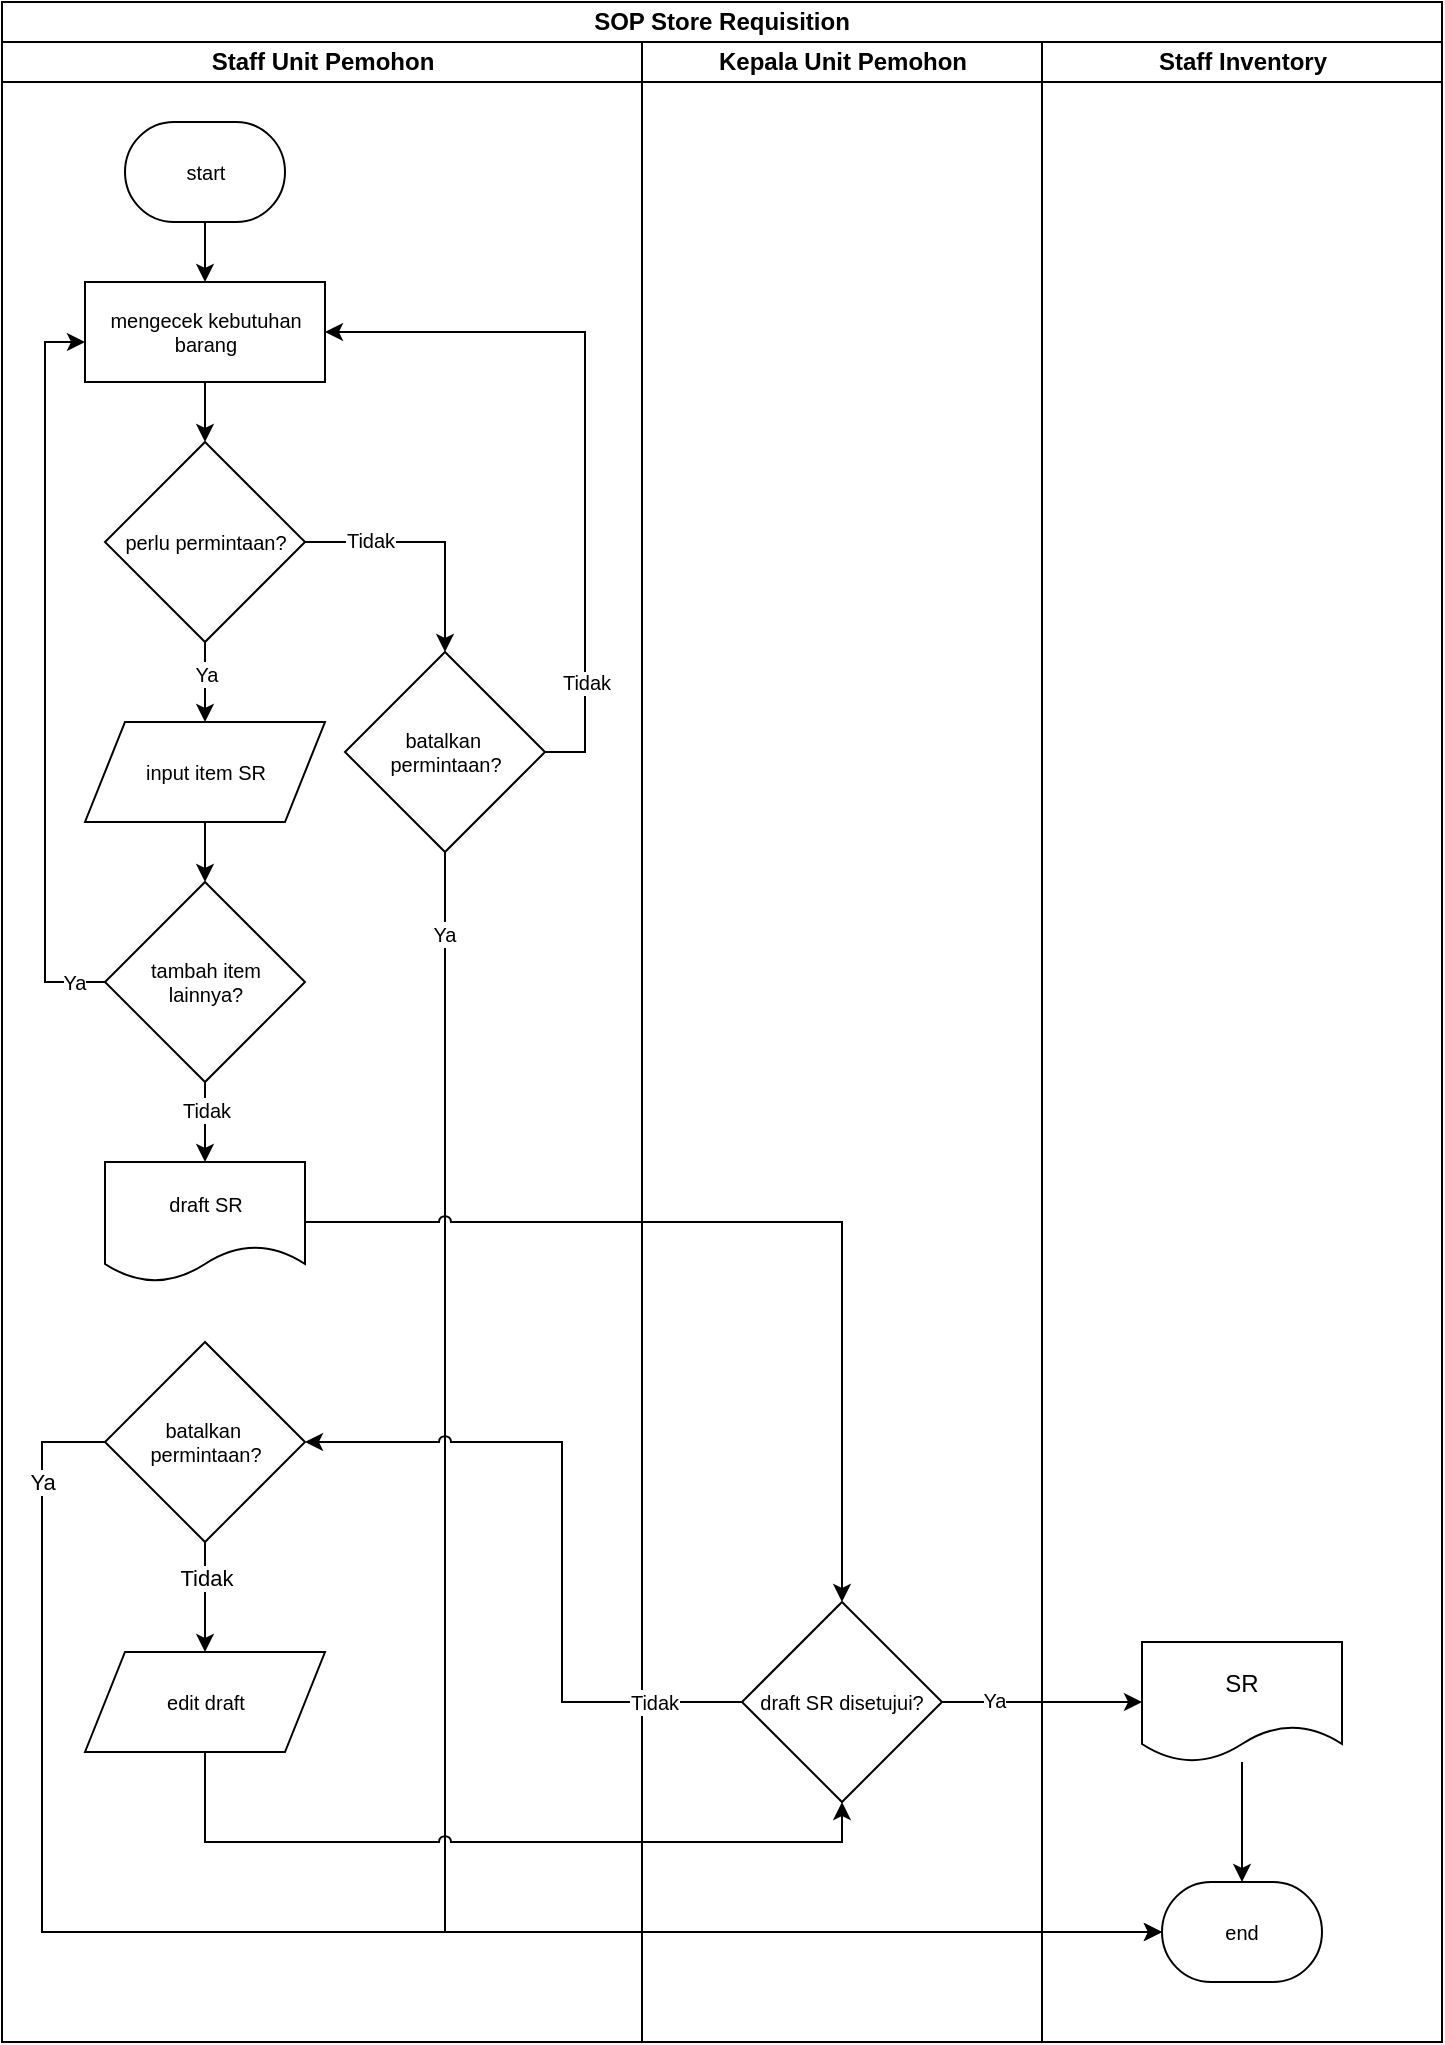
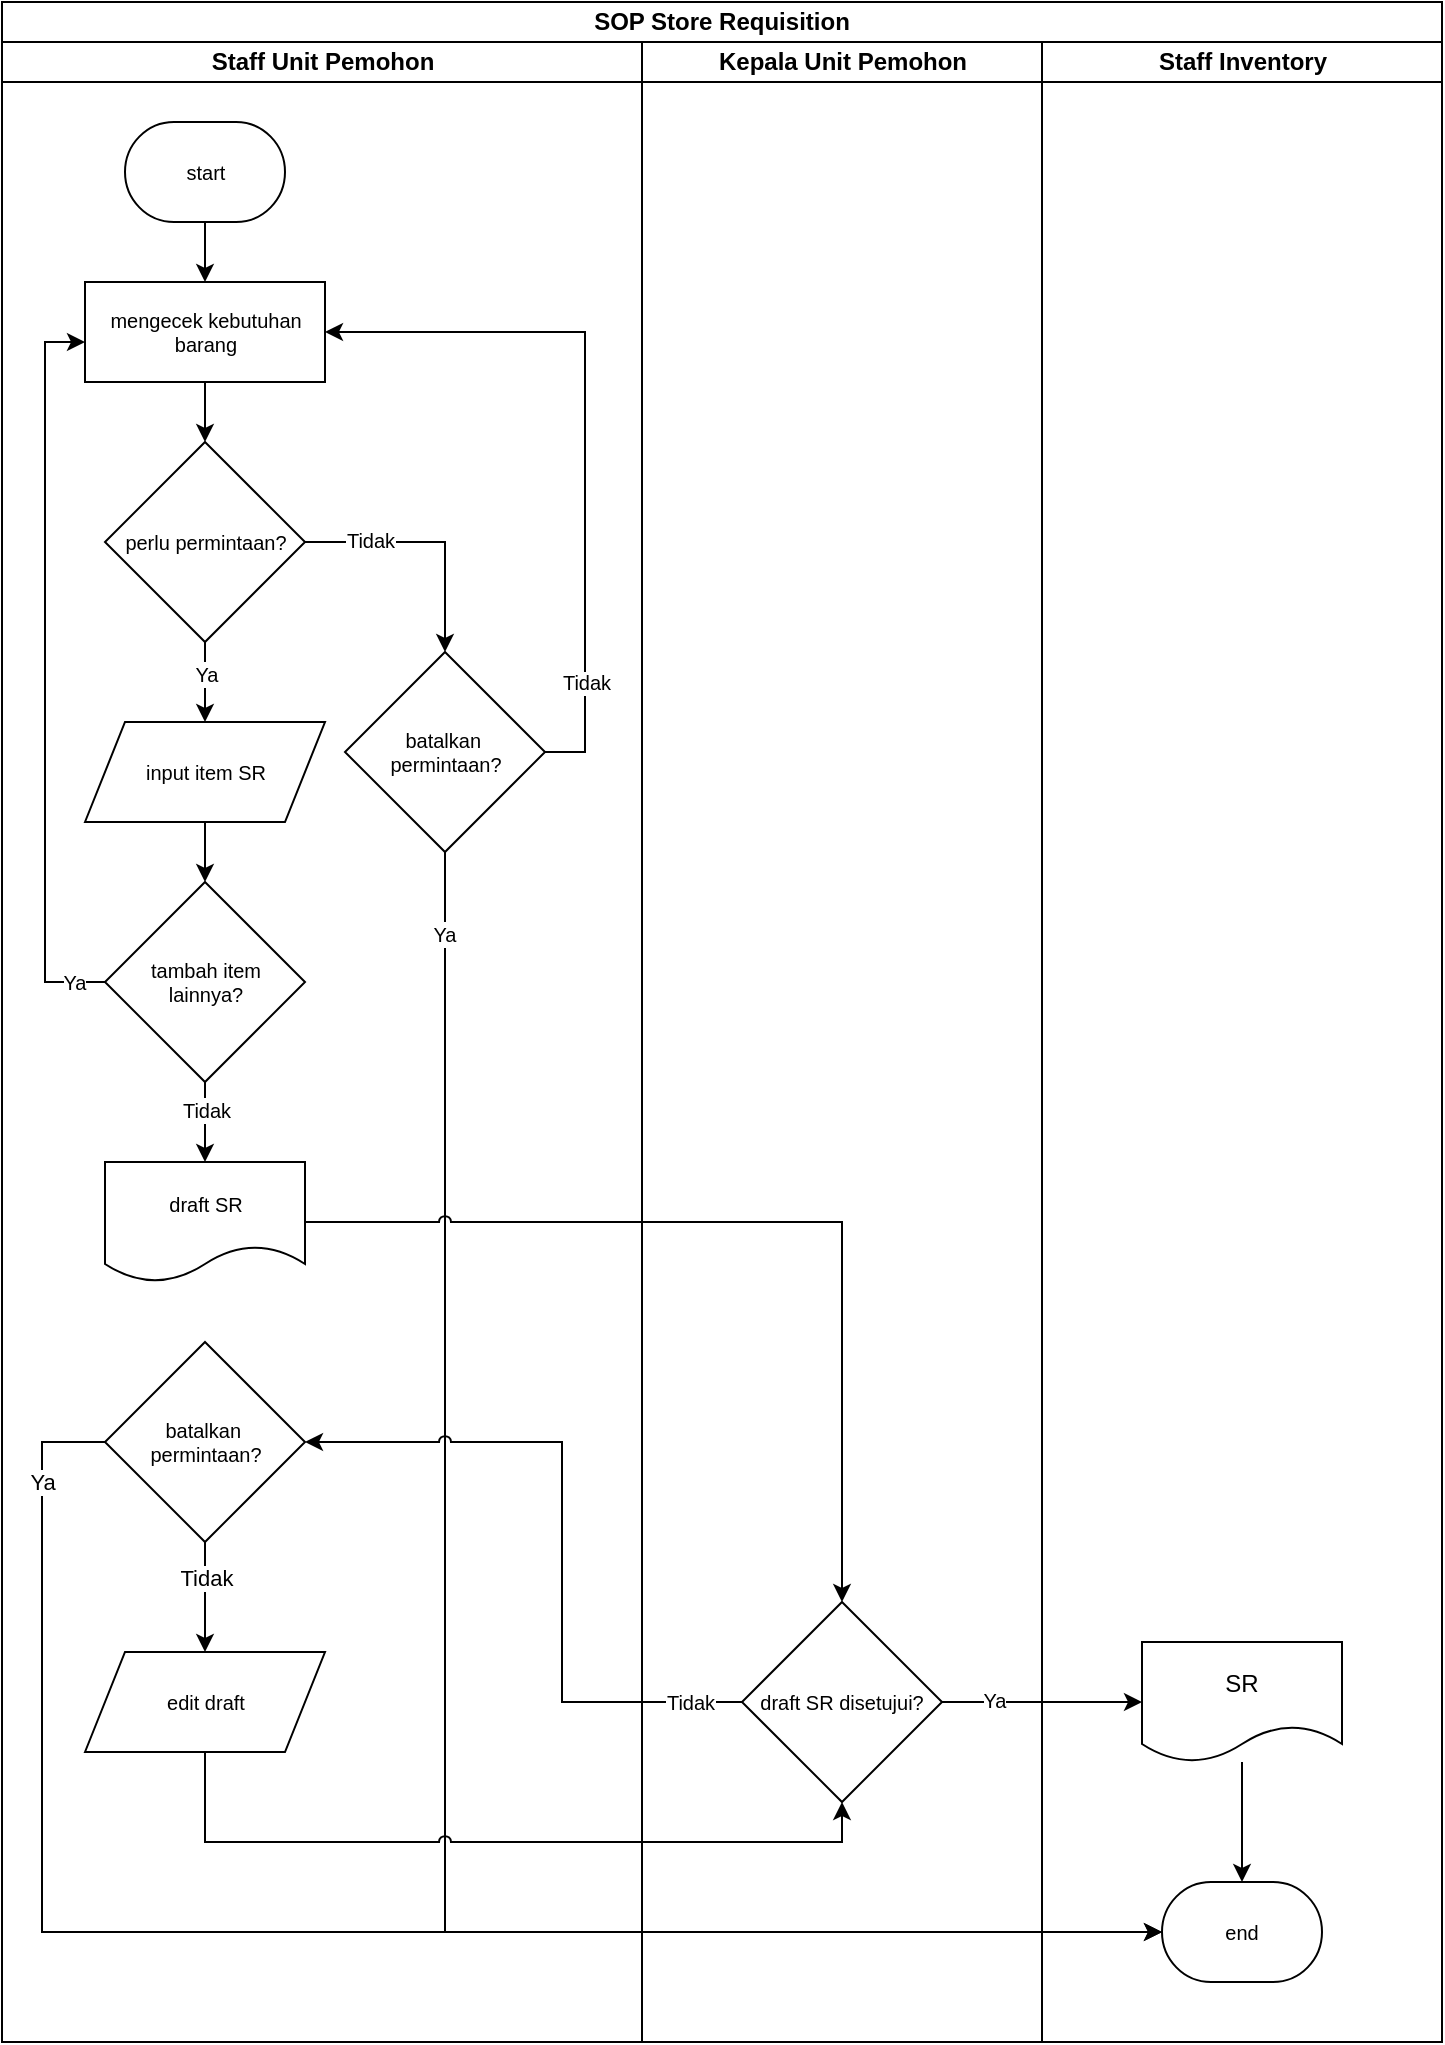
<mxfile host="app.diagrams.net" pages="2">
  <diagram name="SOP SR" id="mYAdajV0IufZudDyt58S">
-     <mxGraphModel dx="1394" dy="786" grid="1" gridSize="10" guides="1" tooltips="1" connect="1" arrows="1" fold="1" page="1" pageScale="1" pageWidth="850" pageHeight="1100" math="0" shadow="0">
+     <mxGraphModel dx="976" dy="550" grid="1" gridSize="10" guides="1" tooltips="1" connect="1" arrows="1" fold="1" page="1" pageScale="1" pageWidth="850" pageHeight="1100" math="0" shadow="0">
      <root>
        <mxCell id="ewqPmyVIHkz6pLOVAfYW-0" />
        <mxCell id="ewqPmyVIHkz6pLOVAfYW-1" parent="ewqPmyVIHkz6pLOVAfYW-0" />
        <mxCell id="ewqPmyVIHkz6pLOVAfYW-2" parent="ewqPmyVIHkz6pLOVAfYW-1" style="swimlane;html=1;childLayout=stackLayout;resizeParent=1;resizeParentMax=0;startSize=20;whiteSpace=wrap;" value="SOP Store Requisition" vertex="1">
          <mxGeometry height="1020" width="720" x="600" y="330" as="geometry">
            <mxRectangle height="30" width="210" x="140" y="110" as="alternateBounds" />
          </mxGeometry>
        </mxCell>
        <mxCell id="ewqPmyVIHkz6pLOVAfYW-3" parent="ewqPmyVIHkz6pLOVAfYW-2" style="swimlane;html=1;startSize=20;" value="Staff Unit Pemohon" vertex="1">
          <mxGeometry height="1000" width="320" y="20" as="geometry" />
        </mxCell>
        <mxCell id="ewqPmyVIHkz6pLOVAfYW-4" parent="ewqPmyVIHkz6pLOVAfYW-3" style="strokeWidth=1;html=1;shape=mxgraph.flowchart.terminator;whiteSpace=wrap;fontSize=10;align=center;horizontal=1;spacing=0;" value="start" vertex="1">
          <mxGeometry height="50" width="80" x="61.5" y="40" as="geometry" />
        </mxCell>
        <mxCell id="ewqPmyVIHkz6pLOVAfYW-5" parent="ewqPmyVIHkz6pLOVAfYW-3" style="rounded=0;whiteSpace=wrap;html=1;absoluteArcSize=1;arcSize=7;strokeWidth=1;fontSize=10;" value="mengecek kebutuhan barang" vertex="1">
          <mxGeometry height="50" width="120" x="41.5" y="120" as="geometry" />
        </mxCell>
        <mxCell id="ewqPmyVIHkz6pLOVAfYW-6" edge="1" parent="ewqPmyVIHkz6pLOVAfYW-3" source="ewqPmyVIHkz6pLOVAfYW-5" style="edgeStyle=orthogonalEdgeStyle;rounded=0;orthogonalLoop=1;jettySize=auto;html=1;" value="">
          <mxGeometry relative="1" as="geometry">
            <mxPoint x="101.5" y="200" as="targetPoint" />
          </mxGeometry>
        </mxCell>
        <mxCell id="ewqPmyVIHkz6pLOVAfYW-7" edge="1" parent="ewqPmyVIHkz6pLOVAfYW-3" source="ewqPmyVIHkz6pLOVAfYW-4" style="edgeStyle=orthogonalEdgeStyle;rounded=0;orthogonalLoop=1;jettySize=auto;html=1;" target="ewqPmyVIHkz6pLOVAfYW-5" value="">
          <mxGeometry relative="1" as="geometry" />
        </mxCell>
        <mxCell id="ewqPmyVIHkz6pLOVAfYW-8" edge="1" parent="ewqPmyVIHkz6pLOVAfYW-3" source="ewqPmyVIHkz6pLOVAfYW-9" style="edgeStyle=orthogonalEdgeStyle;rounded=0;orthogonalLoop=1;jettySize=auto;html=1;entryX=0.5;entryY=0;entryDx=0;entryDy=0;" target="ewqPmyVIHkz6pLOVAfYW-14" value="">
          <mxGeometry relative="1" as="geometry">
            <mxPoint x="101.52564102564111" y="330" as="targetPoint" />
          </mxGeometry>
        </mxCell>
        <mxCell id="OhGSODvtPTQOCyl8h_7D-8" connectable="0" parent="ewqPmyVIHkz6pLOVAfYW-8" style="edgeLabel;html=1;align=center;verticalAlign=middle;resizable=0;points=[];" value="&lt;font style=&quot;font-size: 10px;&quot;&gt;Ya&lt;/font&gt;" vertex="1">
          <mxGeometry relative="1" x="-0.6444" y="-1" as="geometry">
            <mxPoint x="1" y="9" as="offset" />
          </mxGeometry>
        </mxCell>
        <mxCell id="ewqPmyVIHkz6pLOVAfYW-9" parent="ewqPmyVIHkz6pLOVAfYW-3" style="rhombus;whiteSpace=wrap;html=1;fontSize=10;" value="perlu permintaan?" vertex="1">
          <mxGeometry height="100" width="100" x="51.5" y="200" as="geometry" />
        </mxCell>
        <mxCell id="ewqPmyVIHkz6pLOVAfYW-10" edge="1" parent="ewqPmyVIHkz6pLOVAfYW-3" source="ewqPmyVIHkz6pLOVAfYW-14" style="edgeStyle=orthogonalEdgeStyle;rounded=0;orthogonalLoop=1;jettySize=auto;html=1;" target="ewqPmyVIHkz6pLOVAfYW-13" value="">
          <mxGeometry relative="1" as="geometry">
            <Array as="points" />
            <mxPoint x="101.5" y="380" as="sourcePoint" />
          </mxGeometry>
        </mxCell>
        <mxCell id="ewqPmyVIHkz6pLOVAfYW-11" edge="1" parent="ewqPmyVIHkz6pLOVAfYW-3" source="ewqPmyVIHkz6pLOVAfYW-13" style="edgeStyle=orthogonalEdgeStyle;rounded=0;orthogonalLoop=1;jettySize=auto;html=1;" target="ewqPmyVIHkz6pLOVAfYW-5">
          <mxGeometry relative="1" as="geometry">
            <Array as="points">
              <mxPoint x="21.5" y="470" />
              <mxPoint x="21.5" y="150" />
            </Array>
            <mxPoint x="101.5" y="110" as="targetPoint" />
          </mxGeometry>
        </mxCell>
        <mxCell id="OhGSODvtPTQOCyl8h_7D-11" connectable="0" parent="ewqPmyVIHkz6pLOVAfYW-11" style="edgeLabel;html=1;align=center;verticalAlign=middle;resizable=0;points=[];" value="&lt;font style=&quot;font-size: 10px;&quot;&gt;Ya&lt;/font&gt;" vertex="1">
          <mxGeometry relative="1" x="-0.913" as="geometry">
            <mxPoint as="offset" />
          </mxGeometry>
        </mxCell>
        <mxCell id="ewqPmyVIHkz6pLOVAfYW-12" edge="1" parent="ewqPmyVIHkz6pLOVAfYW-3" source="ewqPmyVIHkz6pLOVAfYW-13" style="edgeStyle=orthogonalEdgeStyle;rounded=0;orthogonalLoop=1;jettySize=auto;html=1;entryX=0.5;entryY=0;entryDx=0;entryDy=0;" target="ewqPmyVIHkz6pLOVAfYW-15" value="">
          <mxGeometry relative="1" as="geometry">
            <mxPoint x="101.5" y="550" as="targetPoint" />
          </mxGeometry>
        </mxCell>
        <mxCell id="OhGSODvtPTQOCyl8h_7D-13" connectable="0" parent="ewqPmyVIHkz6pLOVAfYW-12" style="edgeLabel;html=1;align=center;verticalAlign=middle;resizable=0;points=[];" value="&lt;font style=&quot;font-size: 10px;&quot;&gt;Tidak&lt;/font&gt;" vertex="1">
          <mxGeometry relative="1" x="-0.49" y="-1" as="geometry">
            <mxPoint x="1" y="4" as="offset" />
          </mxGeometry>
        </mxCell>
        <mxCell id="ewqPmyVIHkz6pLOVAfYW-13" parent="ewqPmyVIHkz6pLOVAfYW-3" style="rhombus;whiteSpace=wrap;html=1;fontSize=10;" value="tambah item&lt;div&gt;lainnya?&lt;/div&gt;" vertex="1">
          <mxGeometry height="100" width="100" x="51.5" y="420" as="geometry" />
        </mxCell>
        <mxCell id="ewqPmyVIHkz6pLOVAfYW-14" parent="ewqPmyVIHkz6pLOVAfYW-3" style="shape=parallelogram;perimeter=parallelogramPerimeter;whiteSpace=wrap;html=1;fixedSize=1;" value="&lt;div style=&quot;&quot;&gt;&lt;span style=&quot;font-size: 10px;&quot;&gt;input item SR&lt;/span&gt;&lt;/div&gt;" vertex="1">
          <mxGeometry height="50" width="120" x="41.5" y="340" as="geometry" />
        </mxCell>
        <mxCell id="ewqPmyVIHkz6pLOVAfYW-15" parent="ewqPmyVIHkz6pLOVAfYW-3" style="shape=document;whiteSpace=wrap;html=1;boundedLbl=1;" value="&lt;font style=&quot;font-size: 10px;&quot;&gt;draft SR&lt;/font&gt;" vertex="1">
          <mxGeometry height="60" width="100" x="51.5" y="560" as="geometry" />
        </mxCell>
        <mxCell id="ewqPmyVIHkz6pLOVAfYW-18" edge="1" parent="ewqPmyVIHkz6pLOVAfYW-3" source="ewqPmyVIHkz6pLOVAfYW-9" style="edgeStyle=orthogonalEdgeStyle;rounded=0;orthogonalLoop=1;jettySize=auto;html=1;" target="ewqPmyVIHkz6pLOVAfYW-20">
          <mxGeometry relative="1" as="geometry">
            <Array as="points">
              <mxPoint x="221.5" y="250" />
            </Array>
          </mxGeometry>
        </mxCell>
        <mxCell id="OhGSODvtPTQOCyl8h_7D-7" connectable="0" parent="ewqPmyVIHkz6pLOVAfYW-18" style="edgeLabel;html=1;align=center;verticalAlign=middle;resizable=0;points=[];" value="&lt;span style=&quot;font-size: 10px; white-space: normal;&quot;&gt;Tidak&lt;/span&gt;" vertex="1">
          <mxGeometry relative="1" x="-0.4896" y="1" as="geometry">
            <mxPoint as="offset" />
          </mxGeometry>
        </mxCell>
        <mxCell id="ewqPmyVIHkz6pLOVAfYW-19" edge="1" parent="ewqPmyVIHkz6pLOVAfYW-3" source="ewqPmyVIHkz6pLOVAfYW-20" style="edgeStyle=orthogonalEdgeStyle;rounded=0;orthogonalLoop=1;jettySize=auto;html=1;" target="ewqPmyVIHkz6pLOVAfYW-5">
          <mxGeometry relative="1" as="geometry">
            <Array as="points">
              <mxPoint x="291.5" y="355" />
              <mxPoint x="291.5" y="145" />
            </Array>
          </mxGeometry>
        </mxCell>
        <mxCell id="OhGSODvtPTQOCyl8h_7D-6" connectable="0" parent="ewqPmyVIHkz6pLOVAfYW-19" style="edgeLabel;html=1;align=center;verticalAlign=middle;resizable=0;points=[];fontSize=10;" value="Tidak" vertex="1">
          <mxGeometry relative="1" x="-0.5585" as="geometry">
            <mxPoint y="24" as="offset" />
          </mxGeometry>
        </mxCell>
        <mxCell id="ewqPmyVIHkz6pLOVAfYW-20" parent="ewqPmyVIHkz6pLOVAfYW-3" style="rhombus;whiteSpace=wrap;html=1;fontSize=10;" value="batalkan&amp;nbsp;&lt;div&gt;permintaan?&lt;/div&gt;" vertex="1">
          <mxGeometry height="100" width="100" x="171.5" y="305" as="geometry" />
        </mxCell>
        <mxCell id="OhGSODvtPTQOCyl8h_7D-17" edge="1" parent="ewqPmyVIHkz6pLOVAfYW-3" source="OhGSODvtPTQOCyl8h_7D-0" style="edgeStyle=orthogonalEdgeStyle;rounded=0;orthogonalLoop=1;jettySize=auto;html=1;entryX=0.5;entryY=0;entryDx=0;entryDy=0;" target="ewqPmyVIHkz6pLOVAfYW-17">
          <mxGeometry relative="1" as="geometry" />
        </mxCell>
        <mxCell id="OhGSODvtPTQOCyl8h_7D-18" connectable="0" parent="OhGSODvtPTQOCyl8h_7D-17" style="edgeLabel;html=1;align=center;verticalAlign=middle;resizable=0;points=[];" value="Tidak" vertex="1">
          <mxGeometry relative="1" x="-0.3527" as="geometry">
            <mxPoint as="offset" />
          </mxGeometry>
        </mxCell>
        <mxCell id="OhGSODvtPTQOCyl8h_7D-0" parent="ewqPmyVIHkz6pLOVAfYW-3" style="rhombus;whiteSpace=wrap;html=1;fontSize=10;" value="batalkan&amp;nbsp;&lt;div&gt;permintaan?&lt;/div&gt;" vertex="1">
          <mxGeometry height="100" width="100" x="51.5" y="650" as="geometry" />
        </mxCell>
        <mxCell id="ewqPmyVIHkz6pLOVAfYW-17" parent="ewqPmyVIHkz6pLOVAfYW-3" style="shape=parallelogram;perimeter=parallelogramPerimeter;whiteSpace=wrap;html=1;fixedSize=1;" value="&lt;span style=&quot;font-size: 10px;&quot;&gt;edit draft&lt;/span&gt;" vertex="1">
          <mxGeometry height="50" width="120" x="41.5" y="805" as="geometry" />
        </mxCell>
        <mxCell id="ewqPmyVIHkz6pLOVAfYW-27" parent="ewqPmyVIHkz6pLOVAfYW-2" style="swimlane;html=1;startSize=20;" value="Kepala Unit Pemohon" vertex="1">
          <mxGeometry height="1000" width="200" x="320" y="20" as="geometry" />
        </mxCell>
        <mxCell id="ewqPmyVIHkz6pLOVAfYW-31" parent="ewqPmyVIHkz6pLOVAfYW-2" style="swimlane;html=1;startSize=20;" value="Staff Inventory" vertex="1">
          <mxGeometry height="1000" width="200" x="520" y="20" as="geometry">
            <mxRectangle height="810" width="40" x="490" y="20" as="alternateBounds" />
          </mxGeometry>
        </mxCell>
        <mxCell id="ewqPmyVIHkz6pLOVAfYW-28" parent="ewqPmyVIHkz6pLOVAfYW-31" style="rhombus;whiteSpace=wrap;html=1;fontSize=10;" value="draft SR disetujui?" vertex="1">
          <mxGeometry height="100" width="100" x="-150" y="780" as="geometry" />
        </mxCell>
        <mxCell id="ewqPmyVIHkz6pLOVAfYW-32" edge="1" parent="ewqPmyVIHkz6pLOVAfYW-31" source="ewqPmyVIHkz6pLOVAfYW-33" style="edgeStyle=orthogonalEdgeStyle;rounded=0;orthogonalLoop=1;jettySize=auto;html=1;" target="ewqPmyVIHkz6pLOVAfYW-34" value="">
          <mxGeometry relative="1" as="geometry" />
        </mxCell>
        <mxCell id="ewqPmyVIHkz6pLOVAfYW-33" parent="ewqPmyVIHkz6pLOVAfYW-31" style="shape=document;whiteSpace=wrap;html=1;boundedLbl=1;" value="SR" vertex="1">
          <mxGeometry height="60" width="100" x="50" y="800" as="geometry" />
        </mxCell>
        <mxCell id="ewqPmyVIHkz6pLOVAfYW-34" parent="ewqPmyVIHkz6pLOVAfYW-31" style="strokeWidth=1;html=1;shape=mxgraph.flowchart.terminator;whiteSpace=wrap;fontSize=10;align=center;horizontal=1;spacing=0;" value="end" vertex="1">
          <mxGeometry height="50" width="80" x="60" y="920" as="geometry" />
        </mxCell>
        <mxCell id="ewqPmyVIHkz6pLOVAfYW-36" edge="1" parent="ewqPmyVIHkz6pLOVAfYW-31" source="ewqPmyVIHkz6pLOVAfYW-28" style="edgeStyle=orthogonalEdgeStyle;rounded=0;orthogonalLoop=1;jettySize=auto;html=1;" target="ewqPmyVIHkz6pLOVAfYW-33" value="">
          <mxGeometry relative="1" as="geometry" />
        </mxCell>
        <mxCell id="OhGSODvtPTQOCyl8h_7D-15" connectable="0" parent="ewqPmyVIHkz6pLOVAfYW-36" style="edgeLabel;html=1;align=center;verticalAlign=middle;resizable=0;points=[];" value="&lt;font style=&quot;font-size: 10px;&quot;&gt;Ya&lt;/font&gt;" vertex="1">
          <mxGeometry relative="1" x="-0.479" y="1" as="geometry">
            <mxPoint as="offset" />
          </mxGeometry>
        </mxCell>
        <mxCell id="ewqPmyVIHkz6pLOVAfYW-38" edge="1" parent="ewqPmyVIHkz6pLOVAfYW-2" source="ewqPmyVIHkz6pLOVAfYW-20" style="edgeStyle=orthogonalEdgeStyle;rounded=0;orthogonalLoop=1;jettySize=auto;html=1;jumpStyle=arc;" target="ewqPmyVIHkz6pLOVAfYW-34">
          <mxGeometry relative="1" as="geometry">
            <Array as="points">
              <mxPoint x="222" y="965" />
            </Array>
          </mxGeometry>
        </mxCell>
        <mxCell id="OhGSODvtPTQOCyl8h_7D-10" connectable="0" parent="ewqPmyVIHkz6pLOVAfYW-38" style="edgeLabel;html=1;align=center;verticalAlign=middle;resizable=0;points=[];" value="&lt;font style=&quot;font-size: 10px;&quot;&gt;Ya&lt;/font&gt;" vertex="1">
          <mxGeometry relative="1" x="-0.9101" y="-1" as="geometry">
            <mxPoint as="offset" />
          </mxGeometry>
        </mxCell>
        <mxCell id="OhGSODvtPTQOCyl8h_7D-1" edge="1" parent="ewqPmyVIHkz6pLOVAfYW-2" source="OhGSODvtPTQOCyl8h_7D-0" style="edgeStyle=orthogonalEdgeStyle;rounded=0;orthogonalLoop=1;jettySize=auto;html=1;entryX=0;entryY=0.5;entryDx=0;entryDy=0;entryPerimeter=0;jumpStyle=arc;" target="ewqPmyVIHkz6pLOVAfYW-34">
          <mxGeometry relative="1" as="geometry">
            <Array as="points">
              <mxPoint x="20" y="720" />
              <mxPoint x="20" y="965" />
            </Array>
          </mxGeometry>
        </mxCell>
        <mxCell id="OhGSODvtPTQOCyl8h_7D-2" connectable="0" parent="OhGSODvtPTQOCyl8h_7D-1" style="edgeLabel;html=1;align=center;verticalAlign=middle;resizable=0;points=[];" value="Ya" vertex="1">
          <mxGeometry relative="1" x="-0.9591" y="-1" as="geometry">
            <mxPoint x="-15" y="21" as="offset" />
          </mxGeometry>
        </mxCell>
        <mxCell id="ewqPmyVIHkz6pLOVAfYW-37" edge="1" parent="ewqPmyVIHkz6pLOVAfYW-2" source="ewqPmyVIHkz6pLOVAfYW-28" style="edgeStyle=orthogonalEdgeStyle;rounded=0;orthogonalLoop=1;jettySize=auto;html=1;jumpStyle=arc;entryX=1;entryY=0.5;entryDx=0;entryDy=0;" target="OhGSODvtPTQOCyl8h_7D-0">
          <mxGeometry relative="1" as="geometry">
            <Array as="points">
              <mxPoint x="280" y="850" />
              <mxPoint x="280" y="720" />
            </Array>
            <mxPoint x="260" y="770" as="targetPoint" />
          </mxGeometry>
        </mxCell>
        <mxCell id="OhGSODvtPTQOCyl8h_7D-14" connectable="0" parent="ewqPmyVIHkz6pLOVAfYW-37" style="edgeLabel;html=1;align=center;verticalAlign=middle;resizable=0;points=[];" value="&lt;font style=&quot;font-size: 10px;&quot;&gt;Tidak&lt;/font&gt;" vertex="1">
          <mxGeometry relative="1" x="-0.7459" as="geometry">
-             <mxPoint as="offset" />
+             <mxPoint x="18" as="offset" />
          </mxGeometry>
        </mxCell>
        <mxCell id="OhGSODvtPTQOCyl8h_7D-16" edge="1" parent="ewqPmyVIHkz6pLOVAfYW-2" source="ewqPmyVIHkz6pLOVAfYW-15" style="edgeStyle=orthogonalEdgeStyle;rounded=0;orthogonalLoop=1;jettySize=auto;html=1;entryX=0.5;entryY=0;entryDx=0;entryDy=0;jumpStyle=arc;" target="ewqPmyVIHkz6pLOVAfYW-28">
          <mxGeometry relative="1" as="geometry" />
        </mxCell>
        <mxCell id="OhGSODvtPTQOCyl8h_7D-19" edge="1" parent="ewqPmyVIHkz6pLOVAfYW-2" source="ewqPmyVIHkz6pLOVAfYW-17" style="edgeStyle=orthogonalEdgeStyle;rounded=0;orthogonalLoop=1;jettySize=auto;html=1;entryX=0.5;entryY=1;entryDx=0;entryDy=0;jumpStyle=arc;" target="ewqPmyVIHkz6pLOVAfYW-28">
          <mxGeometry relative="1" as="geometry">
            <Array as="points">
              <mxPoint x="102" y="920" />
              <mxPoint x="420" y="920" />
            </Array>
          </mxGeometry>
        </mxCell>
      </root>
    </mxGraphModel>
  </diagram>
  <diagram name="SOP PR" id="-7YdF_Z_4hD_neaPn9do">
    <mxGraphModel dx="849" dy="478" grid="1" gridSize="10" guides="1" tooltips="1" connect="1" arrows="1" fold="1" page="1" pageScale="1" pageWidth="850" pageHeight="1100" math="0" shadow="0">
      <root>
        <mxCell id="0" />
        <mxCell id="1" parent="0" />
        <mxCell id="FgAdxiRBUQnmOL_wIOqZ-3" parent="1" style="swimlane;html=1;childLayout=stackLayout;resizeParent=1;resizeParentMax=0;startSize=20;whiteSpace=wrap;" value="SOP Purchase Requisition" vertex="1">
          <mxGeometry height="830" width="690" x="610" y="360" as="geometry">
            <mxRectangle height="30" width="210" x="140" y="110" as="alternateBounds" />
          </mxGeometry>
        </mxCell>
        <mxCell id="FgAdxiRBUQnmOL_wIOqZ-4" parent="FgAdxiRBUQnmOL_wIOqZ-3" style="swimlane;html=1;startSize=20;" value="Staff Inventory" vertex="1">
          <mxGeometry height="810" width="290" y="20" as="geometry" />
        </mxCell>
        <mxCell id="FgAdxiRBUQnmOL_wIOqZ-5" parent="FgAdxiRBUQnmOL_wIOqZ-4" style="strokeWidth=1;html=1;shape=mxgraph.flowchart.terminator;whiteSpace=wrap;fontSize=10;align=center;horizontal=1;spacing=0;" value="start" vertex="1">
          <mxGeometry height="50" width="80" x="50" y="40" as="geometry" />
        </mxCell>
        <mxCell id="FgAdxiRBUQnmOL_wIOqZ-6" parent="FgAdxiRBUQnmOL_wIOqZ-4" style="rounded=0;whiteSpace=wrap;html=1;absoluteArcSize=1;arcSize=7;strokeWidth=1;fontSize=10;" value="mengecek stok&lt;div&gt;barang&lt;/div&gt;" vertex="1">
          <mxGeometry height="50" width="120" x="30" y="120" as="geometry" />
        </mxCell>
        <mxCell id="FgAdxiRBUQnmOL_wIOqZ-7" edge="1" parent="FgAdxiRBUQnmOL_wIOqZ-4" source="FgAdxiRBUQnmOL_wIOqZ-6" style="edgeStyle=orthogonalEdgeStyle;rounded=0;orthogonalLoop=1;jettySize=auto;html=1;" value="">
          <mxGeometry relative="1" as="geometry">
            <mxPoint x="90" y="200" as="targetPoint" />
          </mxGeometry>
        </mxCell>
        <mxCell id="FgAdxiRBUQnmOL_wIOqZ-8" edge="1" parent="FgAdxiRBUQnmOL_wIOqZ-4" source="FgAdxiRBUQnmOL_wIOqZ-5" style="edgeStyle=orthogonalEdgeStyle;rounded=0;orthogonalLoop=1;jettySize=auto;html=1;" target="FgAdxiRBUQnmOL_wIOqZ-6" value="">
          <mxGeometry relative="1" as="geometry" />
        </mxCell>
        <mxCell id="FgAdxiRBUQnmOL_wIOqZ-9" edge="1" parent="FgAdxiRBUQnmOL_wIOqZ-4" source="FgAdxiRBUQnmOL_wIOqZ-10" style="edgeStyle=orthogonalEdgeStyle;rounded=0;orthogonalLoop=1;jettySize=auto;html=1;" value="">
          <mxGeometry relative="1" as="geometry">
            <mxPoint x="90.02564102564111" y="330" as="targetPoint" />
          </mxGeometry>
        </mxCell>
        <mxCell id="FgAdxiRBUQnmOL_wIOqZ-10" parent="FgAdxiRBUQnmOL_wIOqZ-4" style="rhombus;whiteSpace=wrap;html=1;fontSize=10;" value="perlu&lt;div&gt;pengadaan?&lt;/div&gt;" vertex="1">
          <mxGeometry height="100" width="100" x="40" y="200" as="geometry" />
        </mxCell>
        <mxCell id="FgAdxiRBUQnmOL_wIOqZ-11" edge="1" parent="FgAdxiRBUQnmOL_wIOqZ-4" source="FgAdxiRBUQnmOL_wIOqZ-15" style="edgeStyle=orthogonalEdgeStyle;rounded=0;orthogonalLoop=1;jettySize=auto;html=1;" target="FgAdxiRBUQnmOL_wIOqZ-14" value="">
          <mxGeometry relative="1" as="geometry">
            <Array as="points" />
            <mxPoint x="90" y="380" as="sourcePoint" />
          </mxGeometry>
        </mxCell>
        <mxCell id="FgAdxiRBUQnmOL_wIOqZ-12" edge="1" parent="FgAdxiRBUQnmOL_wIOqZ-4" source="FgAdxiRBUQnmOL_wIOqZ-14" style="edgeStyle=orthogonalEdgeStyle;rounded=0;orthogonalLoop=1;jettySize=auto;html=1;" target="FgAdxiRBUQnmOL_wIOqZ-6">
          <mxGeometry relative="1" as="geometry">
            <Array as="points">
              <mxPoint x="10" y="470" />
              <mxPoint x="10" y="150" />
            </Array>
            <mxPoint x="90" y="110" as="targetPoint" />
          </mxGeometry>
        </mxCell>
        <mxCell id="FgAdxiRBUQnmOL_wIOqZ-13" edge="1" parent="FgAdxiRBUQnmOL_wIOqZ-4" source="FgAdxiRBUQnmOL_wIOqZ-14" style="edgeStyle=orthogonalEdgeStyle;rounded=0;orthogonalLoop=1;jettySize=auto;html=1;" value="">
          <mxGeometry relative="1" as="geometry">
            <mxPoint x="90" y="550" as="targetPoint" />
          </mxGeometry>
        </mxCell>
        <mxCell id="FgAdxiRBUQnmOL_wIOqZ-14" parent="FgAdxiRBUQnmOL_wIOqZ-4" style="rhombus;whiteSpace=wrap;html=1;fontSize=10;" value="tambah item&lt;div&gt;lainnya?&lt;/div&gt;" vertex="1">
          <mxGeometry height="100" width="100" x="40" y="420" as="geometry" />
        </mxCell>
        <mxCell id="FgAdxiRBUQnmOL_wIOqZ-15" parent="FgAdxiRBUQnmOL_wIOqZ-4" style="shape=parallelogram;perimeter=parallelogramPerimeter;whiteSpace=wrap;html=1;fixedSize=1;" value="&lt;div style=&quot;font-size: 10px;&quot;&gt;&lt;font style=&quot;font-size: 10px;&quot;&gt;input&lt;/font&gt;&lt;/div&gt;&lt;div style=&quot;font-size: 10px;&quot;&gt;&lt;font style=&quot;font-size: 10px;&quot;&gt;item PR&lt;/font&gt;&lt;/div&gt;" vertex="1">
          <mxGeometry height="50" width="120" x="30" y="330" as="geometry" />
        </mxCell>
        <mxCell id="FgAdxiRBUQnmOL_wIOqZ-16" parent="FgAdxiRBUQnmOL_wIOqZ-4" style="shape=document;whiteSpace=wrap;html=1;boundedLbl=1;" value="&lt;font style=&quot;font-size: 10px;&quot;&gt;draft PR&lt;/font&gt;" vertex="1">
          <mxGeometry height="60" width="100" x="40" y="550" as="geometry" />
        </mxCell>
        <mxCell id="FgAdxiRBUQnmOL_wIOqZ-17" edge="1" parent="FgAdxiRBUQnmOL_wIOqZ-4" source="FgAdxiRBUQnmOL_wIOqZ-18" style="edgeStyle=orthogonalEdgeStyle;rounded=0;orthogonalLoop=1;jettySize=auto;html=1;" target="FgAdxiRBUQnmOL_wIOqZ-16" value="">
          <mxGeometry relative="1" as="geometry" />
        </mxCell>
        <mxCell id="FgAdxiRBUQnmOL_wIOqZ-18" parent="FgAdxiRBUQnmOL_wIOqZ-4" style="shape=parallelogram;perimeter=parallelogramPerimeter;whiteSpace=wrap;html=1;fixedSize=1;" value="&lt;span style=&quot;font-size: 10px;&quot;&gt;edit draft&lt;/span&gt;" vertex="1">
          <mxGeometry height="50" width="120" x="30" y="645" as="geometry" />
        </mxCell>
        <mxCell id="FgAdxiRBUQnmOL_wIOqZ-19" edge="1" parent="FgAdxiRBUQnmOL_wIOqZ-4" source="FgAdxiRBUQnmOL_wIOqZ-10" style="edgeStyle=orthogonalEdgeStyle;rounded=0;orthogonalLoop=1;jettySize=auto;html=1;" target="FgAdxiRBUQnmOL_wIOqZ-21">
          <mxGeometry relative="1" as="geometry">
            <Array as="points">
              <mxPoint x="210" y="250" />
            </Array>
          </mxGeometry>
        </mxCell>
        <mxCell id="FgAdxiRBUQnmOL_wIOqZ-20" edge="1" parent="FgAdxiRBUQnmOL_wIOqZ-4" source="FgAdxiRBUQnmOL_wIOqZ-21" style="edgeStyle=orthogonalEdgeStyle;rounded=0;orthogonalLoop=1;jettySize=auto;html=1;" target="FgAdxiRBUQnmOL_wIOqZ-6">
          <mxGeometry relative="1" as="geometry">
            <Array as="points">
              <mxPoint x="280" y="355" />
              <mxPoint x="280" y="145" />
            </Array>
          </mxGeometry>
        </mxCell>
        <mxCell id="FgAdxiRBUQnmOL_wIOqZ-21" parent="FgAdxiRBUQnmOL_wIOqZ-4" style="rhombus;whiteSpace=wrap;html=1;fontSize=10;" value="batalkan&lt;div&gt;pengadaan?&lt;/div&gt;" vertex="1">
          <mxGeometry height="100" width="100" x="160" y="305" as="geometry" />
        </mxCell>
        <mxCell id="FgAdxiRBUQnmOL_wIOqZ-22" parent="FgAdxiRBUQnmOL_wIOqZ-4" style="text;html=1;align=center;verticalAlign=middle;whiteSpace=wrap;rounded=0;" value="&lt;font style=&quot;font-size: 10px;&quot;&gt;tidak&lt;/font&gt;" vertex="1">
          <mxGeometry height="30" width="60" x="120" y="228" as="geometry" />
        </mxCell>
        <mxCell id="FgAdxiRBUQnmOL_wIOqZ-23" parent="FgAdxiRBUQnmOL_wIOqZ-4" style="text;html=1;align=center;verticalAlign=middle;whiteSpace=wrap;rounded=0;" value="&lt;font style=&quot;font-size: 10px;&quot;&gt;ya&lt;/font&gt;" vertex="1">
          <mxGeometry height="30" width="60" x="70" y="290" as="geometry" />
        </mxCell>
        <mxCell id="FgAdxiRBUQnmOL_wIOqZ-24" parent="FgAdxiRBUQnmOL_wIOqZ-4" style="text;html=1;align=center;verticalAlign=middle;whiteSpace=wrap;rounded=0;" value="&lt;font style=&quot;font-size: 10px;&quot;&gt;tidak&lt;/font&gt;" vertex="1">
          <mxGeometry height="30" width="60" x="237" y="330" as="geometry" />
        </mxCell>
        <mxCell id="FgAdxiRBUQnmOL_wIOqZ-25" parent="FgAdxiRBUQnmOL_wIOqZ-4" style="text;html=1;align=center;verticalAlign=middle;whiteSpace=wrap;rounded=0;" value="&lt;font style=&quot;font-size: 10px;&quot;&gt;ya&lt;/font&gt;" vertex="1">
          <mxGeometry height="30" width="60" x="190" y="390" as="geometry" />
        </mxCell>
        <mxCell id="FgAdxiRBUQnmOL_wIOqZ-26" parent="FgAdxiRBUQnmOL_wIOqZ-4" style="text;html=1;align=center;verticalAlign=middle;whiteSpace=wrap;rounded=0;" value="&lt;font style=&quot;font-size: 10px;&quot;&gt;tidak&lt;/font&gt;" vertex="1">
          <mxGeometry height="30" width="60" x="80" y="510" as="geometry" />
        </mxCell>
        <mxCell id="FgAdxiRBUQnmOL_wIOqZ-27" parent="FgAdxiRBUQnmOL_wIOqZ-4" style="text;html=1;align=center;verticalAlign=middle;whiteSpace=wrap;rounded=0;" value="&lt;font style=&quot;font-size: 10px;&quot;&gt;ya&lt;/font&gt;" vertex="1">
          <mxGeometry height="30" width="60" y="440" as="geometry" />
        </mxCell>
        <mxCell id="FgAdxiRBUQnmOL_wIOqZ-28" parent="FgAdxiRBUQnmOL_wIOqZ-3" style="swimlane;html=1;startSize=20;" value="Kepala Inventory" vertex="1">
          <mxGeometry height="810" width="200" x="290" y="20" as="geometry" />
        </mxCell>
        <mxCell id="FgAdxiRBUQnmOL_wIOqZ-29" parent="FgAdxiRBUQnmOL_wIOqZ-28" style="rhombus;whiteSpace=wrap;html=1;fontSize=10;" value="draft PR&lt;div&gt;disetujui?&lt;/div&gt;" vertex="1">
          <mxGeometry height="100" width="100" x="50" y="620" as="geometry" />
        </mxCell>
        <mxCell id="FgAdxiRBUQnmOL_wIOqZ-30" parent="FgAdxiRBUQnmOL_wIOqZ-28" style="text;html=1;align=center;verticalAlign=middle;whiteSpace=wrap;rounded=0;" value="&lt;font style=&quot;font-size: 10px;&quot;&gt;tidak&lt;/font&gt;" vertex="1">
          <mxGeometry height="30" width="60" x="10" y="640" as="geometry" />
        </mxCell>
        <mxCell id="FgAdxiRBUQnmOL_wIOqZ-31" parent="FgAdxiRBUQnmOL_wIOqZ-28" style="text;html=1;align=center;verticalAlign=middle;whiteSpace=wrap;rounded=0;" value="&lt;font style=&quot;font-size: 10px;&quot;&gt;ya&lt;/font&gt;" vertex="1">
          <mxGeometry height="30" width="60" x="130" y="640" as="geometry" />
        </mxCell>
        <mxCell id="FgAdxiRBUQnmOL_wIOqZ-32" parent="FgAdxiRBUQnmOL_wIOqZ-3" style="swimlane;html=1;startSize=20;" value="Staff Purchasing" vertex="1">
          <mxGeometry height="810" width="200" x="490" y="20" as="geometry">
            <mxRectangle height="810" width="40" x="490" y="20" as="alternateBounds" />
          </mxGeometry>
        </mxCell>
        <mxCell id="FgAdxiRBUQnmOL_wIOqZ-33" edge="1" parent="FgAdxiRBUQnmOL_wIOqZ-32" source="FgAdxiRBUQnmOL_wIOqZ-34" style="edgeStyle=orthogonalEdgeStyle;rounded=0;orthogonalLoop=1;jettySize=auto;html=1;" target="FgAdxiRBUQnmOL_wIOqZ-35" value="">
          <mxGeometry relative="1" as="geometry" />
        </mxCell>
        <mxCell id="FgAdxiRBUQnmOL_wIOqZ-34" parent="FgAdxiRBUQnmOL_wIOqZ-32" style="shape=document;whiteSpace=wrap;html=1;boundedLbl=1;" value="PR" vertex="1">
          <mxGeometry height="60" width="100" x="50" y="640" as="geometry" />
        </mxCell>
        <mxCell id="FgAdxiRBUQnmOL_wIOqZ-35" parent="FgAdxiRBUQnmOL_wIOqZ-32" style="strokeWidth=1;html=1;shape=mxgraph.flowchart.terminator;whiteSpace=wrap;fontSize=10;align=center;horizontal=1;spacing=0;" value="end" vertex="1">
          <mxGeometry height="50" width="80" x="60" y="730" as="geometry" />
        </mxCell>
        <mxCell id="FgAdxiRBUQnmOL_wIOqZ-36" edge="1" parent="FgAdxiRBUQnmOL_wIOqZ-3" source="FgAdxiRBUQnmOL_wIOqZ-16" style="edgeStyle=orthogonalEdgeStyle;rounded=0;orthogonalLoop=1;jettySize=auto;html=1;" target="FgAdxiRBUQnmOL_wIOqZ-29">
          <mxGeometry relative="1" as="geometry" />
        </mxCell>
        <mxCell id="FgAdxiRBUQnmOL_wIOqZ-37" edge="1" parent="FgAdxiRBUQnmOL_wIOqZ-3" source="FgAdxiRBUQnmOL_wIOqZ-29" style="edgeStyle=orthogonalEdgeStyle;rounded=0;orthogonalLoop=1;jettySize=auto;html=1;" target="FgAdxiRBUQnmOL_wIOqZ-34" value="">
          <mxGeometry relative="1" as="geometry" />
        </mxCell>
        <mxCell id="FgAdxiRBUQnmOL_wIOqZ-38" edge="1" parent="FgAdxiRBUQnmOL_wIOqZ-3" source="FgAdxiRBUQnmOL_wIOqZ-29" style="edgeStyle=orthogonalEdgeStyle;rounded=0;orthogonalLoop=1;jettySize=auto;html=1;" target="FgAdxiRBUQnmOL_wIOqZ-18">
          <mxGeometry relative="1" as="geometry">
            <Array as="points" />
            <mxPoint x="100" y="690" as="targetPoint" />
          </mxGeometry>
        </mxCell>
        <mxCell id="FgAdxiRBUQnmOL_wIOqZ-39" edge="1" parent="FgAdxiRBUQnmOL_wIOqZ-3" source="FgAdxiRBUQnmOL_wIOqZ-21" style="edgeStyle=orthogonalEdgeStyle;rounded=0;orthogonalLoop=1;jettySize=auto;html=1;jumpStyle=arc;" target="FgAdxiRBUQnmOL_wIOqZ-35">
          <mxGeometry relative="1" as="geometry">
            <Array as="points">
              <mxPoint x="210" y="780" />
            </Array>
          </mxGeometry>
        </mxCell>
      </root>
    </mxGraphModel>
  </diagram>
</mxfile>
